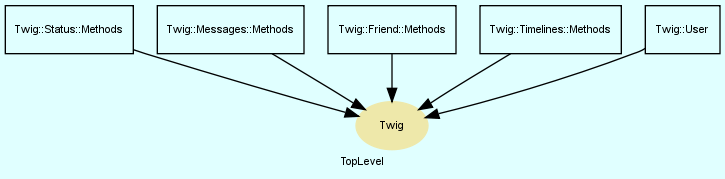
Earlier version of the Graphviz export doc/dot/f_0.png (zazaian/twig). Its source is kept beside it as doc/dot/f_0.dot.
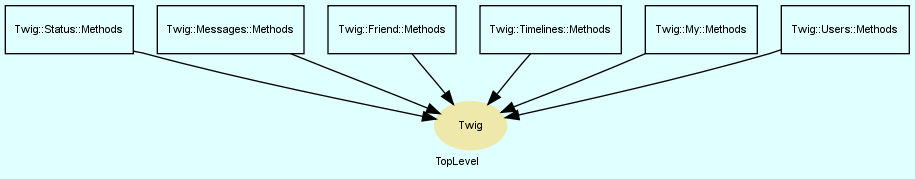
The same diagram one commit later.

The edit, as a diff of the source:
```diff
@@ -59,13 +59,23 @@
 
     ]
 
-    Twig__User [
+    Twig__My__Methods [
         shape = box,
-        URL = "classes/Twig/User.html",
-        label = "Twig::User"
+        URL = "classes/Twig/My/Methods.html",
+        label = "Twig::My::Methods"
     ]
 
-    Twig__User -> Twig [
+    Twig__My__Methods -> Twig [
+
+    ]
+
+    Twig__Users__Methods [
+        shape = box,
+        URL = "classes/Twig/Users/Methods.html",
+        label = "Twig::Users::Methods"
+    ]
+
+    Twig__Users__Methods -> Twig [
 
     ]
 
```
